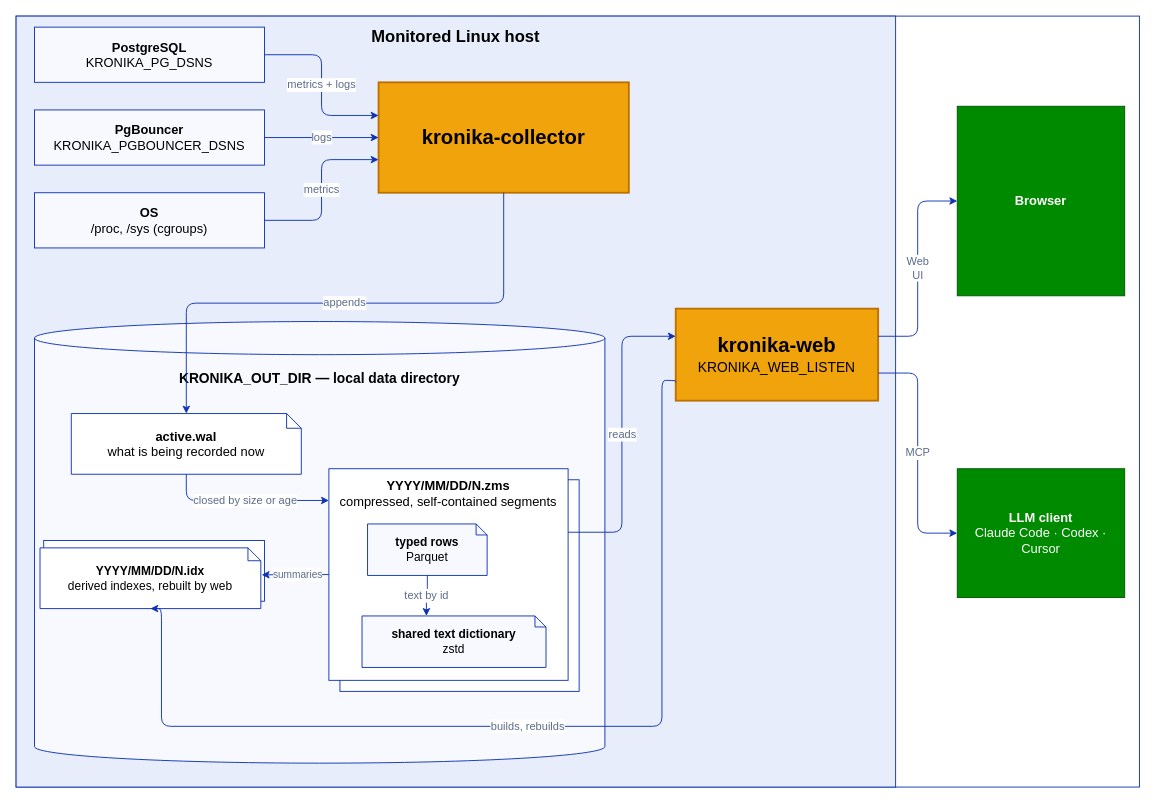
This is docs/diagrams/architecture.drawio from vadv/Kronika, a draw.io file, before an edit. Source tidied: cells renumbered, new cells numbered last; positions are measured from the earlier drawing's top-left corner, leaving out a move shared by most shapes. Both pictures are drawn from the tidied source at 92%, with x=0, y=0 at pixel (16, 16).
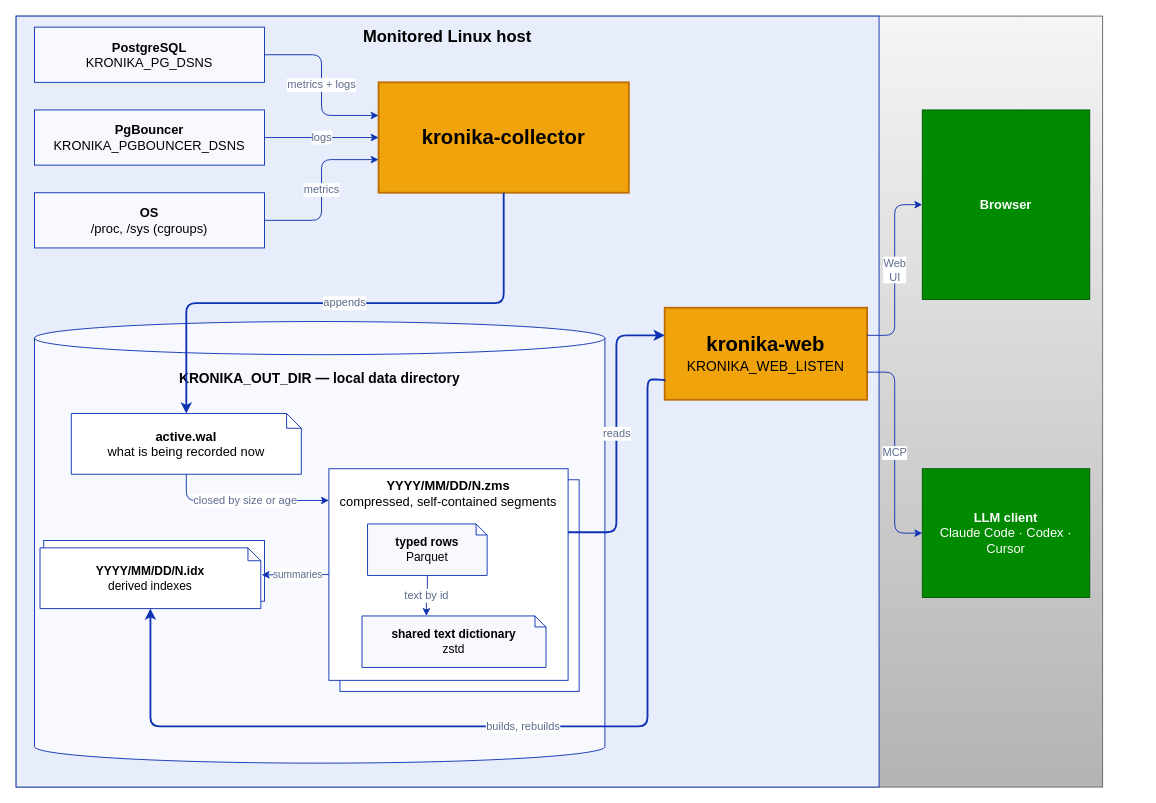
After the change.

The change refers to these unchanged cells:
```xml
<mxCell id="7" value="&lt;b&gt;&lt;font style=&quot;font-size: 22px;&quot;&gt;kronika-collector&lt;/font&gt;&lt;/b&gt;" style="rounded=0;whiteSpace=wrap;html=1;fillColor=#f0a30a;strokeColor=#BD7000;strokeWidth=2;fontSize=15;fontColor=#000000;" parent="1" vertex="1">
  <mxGeometry x="394" y="72" width="272" height="120" as="geometry" />
</mxCell>
<mxCell id="13" value="&lt;b&gt;active.wal&lt;/b&gt;&lt;br&gt;what is being recorded now" style="shape=note;size=16;whiteSpace=wrap;html=1;fillColor=#FFFFFF;strokeColor=#0d32b2;fontSize=14;" parent="1" vertex="1">
  <mxGeometry x="60" y="432" width="250" height="66" as="geometry" />
</mxCell>
<mxCell id="15" value="&lt;b&gt;YYYY/MM/DD/N.zms&lt;/b&gt;&lt;br&gt;compressed, self-contained segments" style="rounded=0;whiteSpace=wrap;html=1;fillColor=#FFFFFF;strokeColor=#0d32b2;verticalAlign=top;fontSize=14;spacingTop=4;" parent="1" vertex="1">
  <mxGeometry x="340" y="492" width="260" height="230" as="geometry" />
</mxCell>
```

Change to the diagram source:
```diff
@@
-    <mxCell id="2" style="rounded=0;whiteSpace=wrap;html=1;fillColor=none;strokeColor=#0d32b2;verticalAlign=top;fontSize=18;fontStyle=1;align=center;spacingTop=6;" parent="1" vertex="1">
-      <mxGeometry width="1221" height="838" as="geometry" />
+    <mxCell id="2" style="rounded=0;whiteSpace=wrap;html=1;fillColor=#f5f5f5;verticalAlign=top;fontSize=18;fontStyle=1;align=center;spacingTop=6;strokeColor=#666666;gradientColor=#b3b3b3;" parent="1" vertex="1">
+      <mxGeometry width="1181" height="838" as="geometry" />
     </mxCell>
     <mxCell id="3" value="Monitored Linux host" style="rounded=0;whiteSpace=wrap;html=1;fillColor=#E8EDFB;strokeColor=#0d32b2;verticalAlign=top;fontSize=18;fontStyle=1;align=center;spacingTop=6;" parent="1" vertex="1">
-      <mxGeometry width="956" height="838" as="geometry" />
+      <mxGeometry width="938" height="838" as="geometry" />
     </mxCell>
@@
-    <mxCell id="12" value="appends" style="edgeStyle=orthogonalEdgeStyle;rounded=1;html=1;strokeColor=#0d32b2;fontSize=12;fontColor=#5b6b8c;exitX=0.5;exitY=1;entryX=0.5;entryY=0;" parent="1" edge="1" source="7" target="13">
+    <mxCell id="12" value="appends" style="edgeStyle=orthogonalEdgeStyle;rounded=1;html=1;strokeColor=#0d32b2;fontSize=12;fontColor=#5b6b8c;exitX=0.5;exitY=1;entryX=0.5;entryY=0;strokeWidth=2;" parent="1" edge="1" source="7" target="13">
       <mxGeometry relative="1" as="geometry" />
     </mxCell>
@@
-    <mxCell id="21" value="&lt;b&gt;YYYY/MM/DD/N.idx&lt;/b&gt;&lt;br&gt;derived indexes, rebuilt by web" style="shape=note;size=14;whiteSpace=wrap;html=1;fillColor=#FFFFFF;strokeColor=#0d32b2;fontSize=13;" parent="1" vertex="1">
+    <mxCell id="21" value="&lt;b&gt;YYYY/MM/DD/N.idx&lt;/b&gt;&lt;br&gt;derived indexes" style="shape=note;size=14;whiteSpace=wrap;html=1;fillColor=#FFFFFF;strokeColor=#0d32b2;fontSize=13;" parent="1" vertex="1">
       <mxGeometry x="26" y="578" width="240" height="66" as="geometry" />
     </mxCell>
@@
     <mxCell id="23" value="&lt;b&gt;&lt;font style=&quot;font-size: 22px;&quot;&gt;kronika-web&lt;/font&gt;&lt;/b&gt;&lt;br&gt;KRONIKA_WEB_LISTEN" style="rounded=0;whiteSpace=wrap;html=1;fillColor=#f0a30a;strokeColor=#BD7000;strokeWidth=2;fontSize=15;fontColor=#000000;" parent="1" vertex="1">
-      <mxGeometry x="717" y="318" width="220" height="100" as="geometry" />
+      <mxGeometry x="705" y="317" width="220" height="100" as="geometry" />
     </mxCell>
-    <mxCell id="24" value="reads" style="edgeStyle=orthogonalEdgeStyle;rounded=1;html=1;strokeColor=#0d32b2;fontSize=12;fontColor=#5b6b8c;exitX=1;exitY=0.3;entryX=0;entryY=0.3;" parent="1" edge="1" source="15" target="23">
+    <mxCell id="24" value="reads" style="edgeStyle=orthogonalEdgeStyle;rounded=1;html=1;strokeColor=#0d32b2;fontSize=12;fontColor=#5b6b8c;exitX=1;exitY=0.3;entryX=0;entryY=0.3;strokeWidth=2;" parent="1" edge="1" source="15" target="23">
       <mxGeometry relative="1" as="geometry" />
     </mxCell>
-    <mxCell id="25" value="&lt;span&gt;builds, rebuilds&lt;/span&gt;" style="edgeStyle=orthogonalEdgeStyle;rounded=1;html=1;strokeColor=#0d32b2;fontSize=12;fontColor=#5b6b8c;exitX=0;exitY=0.8;entryX=0.5;entryY=1;entryDx=0;entryDy=0;entryPerimeter=0;" parent="1" edge="1" source="23" target="21">
+    <mxCell id="25" value="&lt;span&gt;builds, rebuilds&lt;/span&gt;" style="edgeStyle=orthogonalEdgeStyle;rounded=1;html=1;strokeColor=#0d32b2;fontSize=12;fontColor=#5b6b8c;exitX=0;exitY=0.8;entryX=0.5;entryY=1;entryDx=0;entryDy=0;entryPerimeter=0;strokeWidth=2;" parent="1" edge="1" source="23" target="21">
       <mxGeometry relative="1" as="geometry">
         <Array as="points">
-          <mxPoint x="702" y="396" />
-          <mxPoint x="702" y="772" />
-          <mxPoint x="158" y="772" />
+          <mxPoint x="686.3" y="395" />
+          <mxPoint x="686.3" y="772" />
+          <mxPoint x="146" y="772" />
         </Array>
       </mxGeometry>
     </mxCell>
     <mxCell id="26" value="&lt;b&gt;Browser&lt;/b&gt;" style="rounded=0;whiteSpace=wrap;html=1;fillColor=#008a00;strokeColor=#005700;fontSize=14;fontColor=#ffffff;" parent="1" vertex="1">
-      <mxGeometry x="1023" y="98" width="182" height="206" as="geometry" />
+      <mxGeometry x="985" y="102" width="182" height="206" as="geometry" />
     </mxCell>
     <mxCell id="27" value="&lt;b&gt;LLM client&lt;/b&gt;&lt;br&gt;Claude Code · Codex · Cursor" style="rounded=0;whiteSpace=wrap;html=1;fillColor=#008a00;strokeColor=#005700;fontSize=14;fontColor=#ffffff;" parent="1" vertex="1">
-      <mxGeometry x="1023" y="492" width="182" height="140" as="geometry" />
+      <mxGeometry x="985" y="492" width="182" height="140" as="geometry" />
     </mxCell>
```
